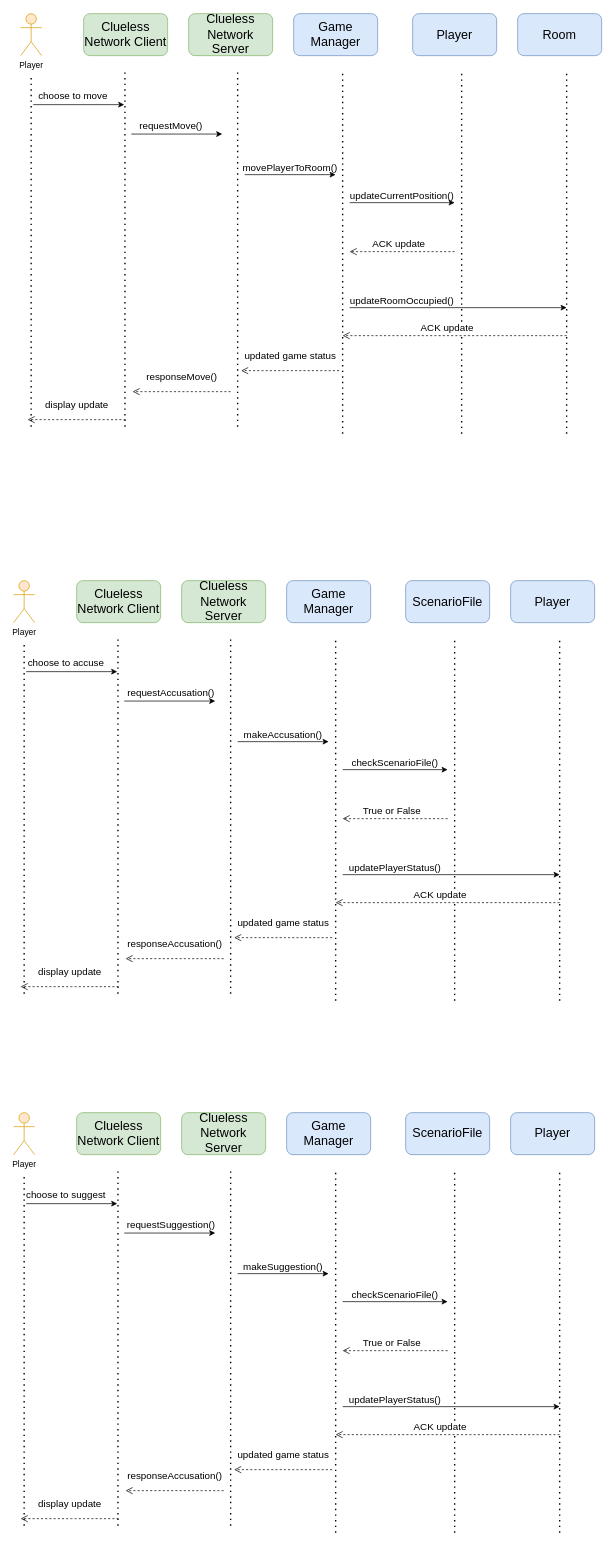
Acelhaka/Clueless-game keeps this draw.io diagram as squence-Diagram.drawio. Above is the earlier version. Source tidied: cells renumbered, new cells numbered last; positions are measured from the earlier drawing's top-left corner, leaving out a move shared by most shapes. Both pictures are drawn from the tidied source at 70%, with x=0, y=0 at pixel (13, 13).
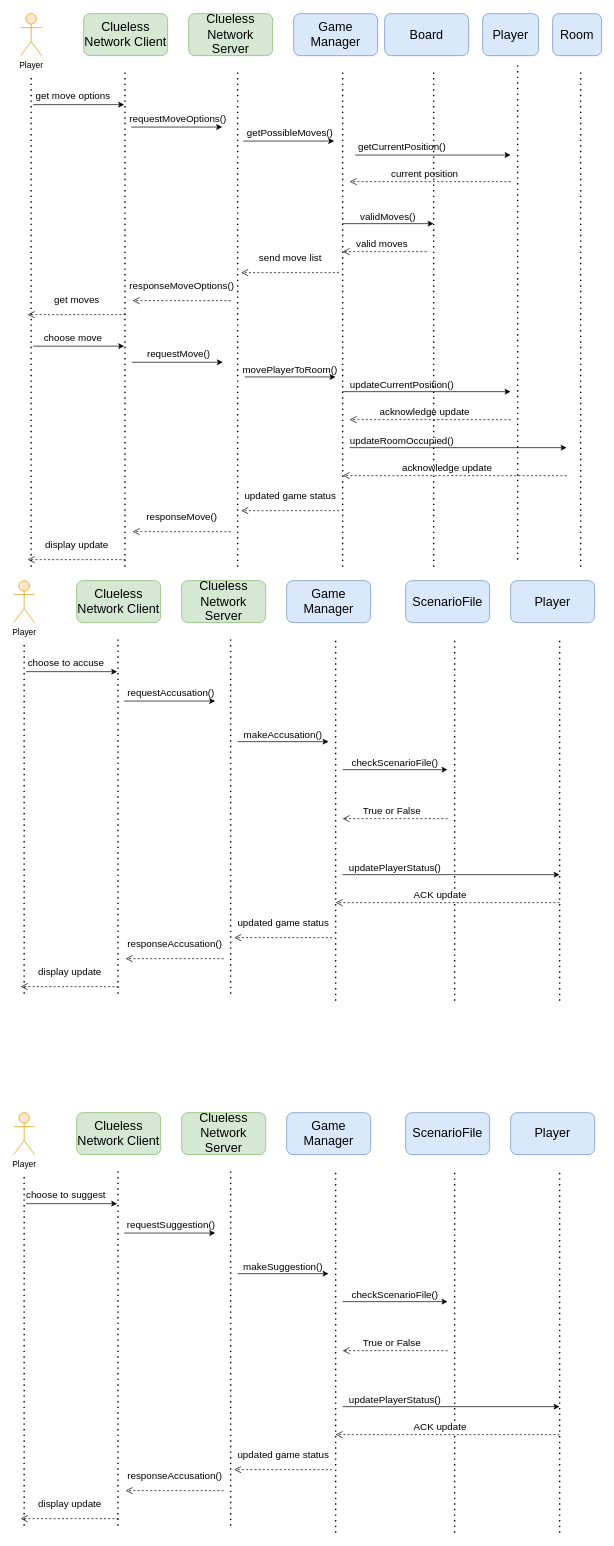
Above is the later version.

What changed in the source:
```diff
@@
     <mxCell id="3" style="endArrow=none;dashed=1;html=1;dashPattern=1 3;strokeWidth=2;" parent="1" edge="1">
       <mxGeometry relative="1" as="geometry">
-        <mxPoint x="25" y="590" as="sourcePoint" />
+        <mxPoint x="25" y="790" as="sourcePoint" />
         <mxPoint x="25" y="90" as="targetPoint" />
       </mxGeometry>
     </mxCell>
@@
     <mxCell id="5" style="endArrow=none;dashed=1;html=1;dashPattern=1 3;strokeWidth=2;" parent="1" edge="1">
       <mxGeometry relative="1" as="geometry">
-        <mxPoint x="159" y="590" as="sourcePoint" />
+        <mxPoint x="159" y="790" as="sourcePoint" />
         <mxPoint x="159" y="80" as="targetPoint" />
       </mxGeometry>
     </mxCell>
@@
     <mxCell id="8" value="&lt;font style=&quot;font-size: 18px&quot;&gt;Player&lt;br&gt;&lt;/font&gt;" style="rounded=1;whiteSpace=wrap;html=1;fillColor=#dae8fc;strokeColor=#6c8ebf;" parent="1" vertex="1">
-      <mxGeometry x="570" width="120" height="60" as="geometry" />
+      <mxGeometry x="670" width="80" height="60" as="geometry" />
     </mxCell>
     <mxCell id="9" value="&lt;font style=&quot;font-size: 18px&quot;&gt;Room&lt;br&gt;&lt;/font&gt;" style="rounded=1;whiteSpace=wrap;html=1;fillColor=#dae8fc;strokeColor=#6c8ebf;" parent="1" vertex="1">
-      <mxGeometry x="720" width="120" height="60" as="geometry" />
+      <mxGeometry x="770" width="70" height="60" as="geometry" />
     </mxCell>
@@
-    <mxCell id="11" value="&lt;font style=&quot;font-size: 14px&quot;&gt;choose to move&lt;/font&gt;" style="text;html=1;strokeColor=none;fillColor=none;align=center;verticalAlign=middle;whiteSpace=wrap;rounded=0;" parent="1" vertex="1">
+    <mxCell id="11" value="&lt;font style=&quot;font-size: 14px&quot;&gt;get move options&lt;/font&gt;" style="text;html=1;strokeColor=none;fillColor=none;align=center;verticalAlign=middle;whiteSpace=wrap;rounded=0;" parent="1" vertex="1">
       <mxGeometry x="20" y="108" width="130" height="20" as="geometry" />
     </mxCell>
     <mxCell id="12" style="endArrow=none;dashed=1;html=1;dashPattern=1 3;strokeWidth=2;" parent="1" edge="1">
       <mxGeometry relative="1" as="geometry">
-        <mxPoint x="320" y="590" as="sourcePoint" />
+        <mxPoint x="320" y="790" as="sourcePoint" />
         <mxPoint x="320" y="80" as="targetPoint" />
       </mxGeometry>
     </mxCell>
     <mxCell id="13" style="endArrow=none;dashed=1;html=1;dashPattern=1 3;strokeWidth=2;" parent="1" edge="1">
       <mxGeometry relative="1" as="geometry">
-        <mxPoint x="470" y="600" as="sourcePoint" />
+        <mxPoint x="470" y="790" as="sourcePoint" />
         <mxPoint x="470" y="80" as="targetPoint" />
       </mxGeometry>
     </mxCell>
     <mxCell id="14" style="endArrow=none;dashed=1;html=1;dashPattern=1 3;strokeWidth=2;" parent="1" edge="1">
       <mxGeometry relative="1" as="geometry">
-        <mxPoint x="640" y="600" as="sourcePoint" />
-        <mxPoint x="640" y="80" as="targetPoint" />
+        <mxPoint x="720" y="780" as="sourcePoint" />
+        <mxPoint x="720" y="70" as="targetPoint" />
       </mxGeometry>
     </mxCell>
     <mxCell id="15" style="endArrow=none;dashed=1;html=1;dashPattern=1 3;strokeWidth=2;" parent="1" edge="1">
       <mxGeometry relative="1" as="geometry">
-        <mxPoint x="790" y="600" as="sourcePoint" />
-        <mxPoint x="790" y="80" as="targetPoint" />
+        <mxPoint x="810" y="790" as="sourcePoint" />
+        <mxPoint x="810" y="80" as="targetPoint" />
       </mxGeometry>
     </mxCell>
     <mxCell id="16" style="endArrow=classic;html=1;" parent="1" edge="1">
       <mxGeometry relative="1" as="geometry">
-        <mxPoint x="168" y="172" as="sourcePoint" />
-        <mxPoint x="298" y="172" as="targetPoint" />
+        <mxPoint x="168" y="162" as="sourcePoint" />
+        <mxPoint x="298" y="162" as="targetPoint" />
       </mxGeometry>
     </mxCell>
-    <mxCell id="17" value="&lt;font style=&quot;font-size: 14px&quot;&gt;requestMove()&lt;/font&gt;" style="text;html=1;strokeColor=none;fillColor=none;align=center;verticalAlign=middle;whiteSpace=wrap;rounded=0;" parent="1" vertex="1">
-      <mxGeometry x="160" y="150" width="130" height="20" as="geometry" />
+    <mxCell id="17" value="&lt;font style=&quot;font-size: 14px&quot;&gt;requestMoveOptions()&lt;/font&gt;" style="text;html=1;strokeColor=none;fillColor=none;align=center;verticalAlign=middle;whiteSpace=wrap;rounded=0;" parent="1" vertex="1">
+      <mxGeometry x="170" y="140" width="130" height="20" as="geometry" />
     </mxCell>
     <mxCell id="18" value="&lt;font style=&quot;font-size: 14px&quot;&gt;movePlayerToRoom()&lt;/font&gt;" style="text;html=1;strokeColor=none;fillColor=none;align=center;verticalAlign=middle;whiteSpace=wrap;rounded=0;" parent="1" vertex="1">
-      <mxGeometry x="330" y="210" width="130" height="20" as="geometry" />
+      <mxGeometry x="330" y="499" width="130" height="20" as="geometry" />
     </mxCell>
     <mxCell id="19" style="endArrow=classic;html=1;" parent="1" edge="1">
       <mxGeometry relative="1" as="geometry">
-        <mxPoint x="330" y="230" as="sourcePoint" />
-        <mxPoint x="460" y="230" as="targetPoint" />
+        <mxPoint x="330" y="519" as="sourcePoint" />
+        <mxPoint x="460" y="519" as="targetPoint" />
       </mxGeometry>
     </mxCell>
     <mxCell id="20" value="&lt;font style=&quot;font-size: 14px&quot;&gt;updateCurrentPosition()&lt;/font&gt;" style="text;html=1;strokeColor=none;fillColor=none;align=center;verticalAlign=middle;whiteSpace=wrap;rounded=0;" parent="1" vertex="1">
-      <mxGeometry x="490" y="250" width="130" height="20" as="geometry" />
+      <mxGeometry x="490" y="520" width="130" height="20" as="geometry" />
     </mxCell>
     <mxCell id="21" style="endArrow=classic;html=1;" parent="1" edge="1">
       <mxGeometry relative="1" as="geometry">
-        <mxPoint x="480" y="270" as="sourcePoint" />
-        <mxPoint x="630" y="270" as="targetPoint" />
+        <mxPoint x="470" y="540" as="sourcePoint" />
+        <mxPoint x="710" y="540" as="targetPoint" />
       </mxGeometry>
     </mxCell>
-    <mxCell id="22" value="&lt;font style=&quot;font-size: 14px&quot;&gt;ACK update&lt;/font&gt;" style="html=1;verticalAlign=bottom;endArrow=open;dashed=1;endSize=8;" parent="1" edge="1">
+    <mxCell id="22" value="&lt;font style=&quot;font-size: 14px&quot;&gt;acknowledge&amp;nbsp;update&lt;/font&gt;" style="html=1;verticalAlign=bottom;endArrow=open;dashed=1;endSize=8;" parent="1" edge="1">
       <mxGeometry x="0.07" relative="1" as="geometry">
-        <mxPoint x="630" y="340" as="sourcePoint" />
-        <mxPoint x="480" y="340" as="targetPoint" />
+        <mxPoint x="710" y="580" as="sourcePoint" />
+        <mxPoint x="480" y="580" as="targetPoint" />
       </mxGeometry>
     </mxCell>
     <mxCell id="23" value="&lt;font style=&quot;font-size: 14px&quot;&gt;updateRoomOccupied()&lt;/font&gt;" style="text;html=1;strokeColor=none;fillColor=none;align=center;verticalAlign=middle;whiteSpace=wrap;rounded=0;" parent="1" vertex="1">
-      <mxGeometry x="490" y="400" width="130" height="20" as="geometry" />
+      <mxGeometry x="490" y="600" width="130" height="20" as="geometry" />
     </mxCell>
     <mxCell id="24" style="endArrow=classic;html=1;" parent="1" edge="1">
       <mxGeometry relative="1" as="geometry">
-        <mxPoint x="480" y="420" as="sourcePoint" />
-        <mxPoint x="790" y="420" as="targetPoint" />
+        <mxPoint x="480" y="620" as="sourcePoint" />
+        <mxPoint x="790" y="620" as="targetPoint" />
       </mxGeometry>
     </mxCell>
-    <mxCell id="25" value="&lt;font style=&quot;font-size: 14px&quot;&gt;ACK update&lt;/font&gt;" style="html=1;verticalAlign=bottom;endArrow=open;dashed=1;endSize=8;" parent="1" edge="1">
+    <mxCell id="25" value="&lt;font style=&quot;font-size: 14px&quot;&gt;acknowledge update&lt;/font&gt;" style="html=1;verticalAlign=bottom;endArrow=open;dashed=1;endSize=8;" parent="1" edge="1">
       <mxGeometry x="0.07" relative="1" as="geometry">
-        <mxPoint x="790" y="460" as="sourcePoint" />
-        <mxPoint x="470" y="460" as="targetPoint" />
+        <mxPoint x="790" y="660" as="sourcePoint" />
+        <mxPoint x="470" y="660" as="targetPoint" />
       </mxGeometry>
     </mxCell>
     <mxCell id="26" value="&lt;font style=&quot;font-size: 14px&quot;&gt;updated game status&lt;/font&gt;" style="html=1;verticalAlign=bottom;endArrow=open;dashed=1;endSize=8;" parent="1" edge="1">
       <mxGeometry y="-10" relative="1" as="geometry">
-        <mxPoint x="465" y="510" as="sourcePoint" />
-        <mxPoint x="325" y="510" as="targetPoint" />
+        <mxPoint x="465" y="710" as="sourcePoint" />
+        <mxPoint x="325" y="710" as="targetPoint" />
       </mxGeometry>
     </mxCell>
     <mxCell id="27" value="&lt;font style=&quot;font-size: 14px&quot;&gt;responseMove()&lt;/font&gt;" style="html=1;verticalAlign=bottom;endArrow=open;dashed=1;endSize=8;" parent="1" edge="1">
       <mxGeometry y="-10" relative="1" as="geometry">
-        <mxPoint x="310" y="540" as="sourcePoint" />
-        <mxPoint x="170" y="540" as="targetPoint" />
+        <mxPoint x="310" y="740" as="sourcePoint" />
+        <mxPoint x="170" y="740" as="targetPoint" />
         <Array as="points">
-          <mxPoint x="250" y="540" />
+          <mxPoint x="250" y="740" />
         </Array>
       </mxGeometry>
     </mxCell>
     <mxCell id="28" value="&lt;font style=&quot;font-size: 14px&quot;&gt;display update&lt;/font&gt;" style="html=1;verticalAlign=bottom;endArrow=open;dashed=1;endSize=8;" parent="1" edge="1">
       <mxGeometry y="-10" relative="1" as="geometry">
-        <mxPoint x="160" y="580" as="sourcePoint" />
-        <mxPoint x="20" y="580" as="targetPoint" />
+        <mxPoint x="160" y="780" as="sourcePoint" />
+        <mxPoint x="20" y="780" as="targetPoint" />
         <Array as="points">
-          <mxPoint x="100" y="580" />
+          <mxPoint x="100" y="780" />
         </Array>
       </mxGeometry>
     </mxCell>
@@
+    <mxCell id="83" style="endArrow=classic;html=1;" parent="1" edge="1">
+      <mxGeometry relative="1" as="geometry">
+        <mxPoint x="169" y="498" as="sourcePoint" />
+        <mxPoint x="299" y="498" as="targetPoint" />
+      </mxGeometry>
+    </mxCell>
+    <mxCell id="84" value="&lt;font style=&quot;font-size: 14px&quot;&gt;requestMove()&lt;/font&gt;" style="text;html=1;strokeColor=none;fillColor=none;align=center;verticalAlign=middle;whiteSpace=wrap;rounded=0;" parent="1" vertex="1">
+      <mxGeometry x="171" y="476" width="130" height="20" as="geometry" />
+    </mxCell>
+    <mxCell id="85" style="endArrow=classic;html=1;" parent="1" edge="1">
+      <mxGeometry relative="1" as="geometry">
+        <mxPoint x="28" y="475" as="sourcePoint" />
+        <mxPoint x="158" y="475" as="targetPoint" />
+      </mxGeometry>
+    </mxCell>
+    <mxCell id="86" value="&lt;font style=&quot;font-size: 14px&quot;&gt;choose move&lt;/font&gt;" style="text;html=1;strokeColor=none;fillColor=none;align=center;verticalAlign=middle;whiteSpace=wrap;rounded=0;" parent="1" vertex="1">
+      <mxGeometry x="20" y="453" width="130" height="20" as="geometry" />
+    </mxCell>
+    <mxCell id="87" style="endArrow=classic;html=1;" parent="1" edge="1">
+      <mxGeometry relative="1" as="geometry">
+        <mxPoint x="328" y="182" as="sourcePoint" />
+        <mxPoint x="458" y="182" as="targetPoint" />
+      </mxGeometry>
+    </mxCell>
+    <mxCell id="88" value="&lt;font style=&quot;font-size: 14px&quot;&gt;getPossibleMoves()&lt;/font&gt;" style="text;html=1;strokeColor=none;fillColor=none;align=center;verticalAlign=middle;whiteSpace=wrap;rounded=0;" parent="1" vertex="1">
+      <mxGeometry x="330" y="160" width="130" height="20" as="geometry" />
+    </mxCell>
+    <mxCell id="89" style="endArrow=classic;html=1;" parent="1" edge="1">
+      <mxGeometry relative="1" as="geometry">
+        <mxPoint x="488" y="202" as="sourcePoint" />
+        <mxPoint x="710" y="202" as="targetPoint" />
+      </mxGeometry>
+    </mxCell>
+    <mxCell id="90" value="&lt;font style=&quot;font-size: 14px&quot;&gt;getCurrentPosition()&lt;/font&gt;" style="text;html=1;strokeColor=none;fillColor=none;align=center;verticalAlign=middle;whiteSpace=wrap;rounded=0;" parent="1" vertex="1">
+      <mxGeometry x="490" y="180" width="130" height="20" as="geometry" />
+    </mxCell>
+    <mxCell id="91" value="&lt;font style=&quot;font-size: 14px&quot;&gt;current position&lt;/font&gt;" style="html=1;verticalAlign=bottom;endArrow=open;dashed=1;endSize=8;" parent="1" edge="1">
+      <mxGeometry x="0.07" relative="1" as="geometry">
+        <mxPoint x="710" y="240" as="sourcePoint" />
+        <mxPoint x="480" y="240" as="targetPoint" />
+      </mxGeometry>
+    </mxCell>
+    <mxCell id="92" style="endArrow=none;dashed=1;html=1;dashPattern=1 3;strokeWidth=2;" parent="1" edge="1">
+      <mxGeometry relative="1" as="geometry">
+        <mxPoint x="600" y="790" as="sourcePoint" />
+        <mxPoint x="600" y="80" as="targetPoint" />
+      </mxGeometry>
+    </mxCell>
+    <mxCell id="93" value="&lt;font style=&quot;font-size: 18px&quot;&gt;Board&lt;br&gt;&lt;/font&gt;" style="rounded=1;whiteSpace=wrap;html=1;fillColor=#dae8fc;strokeColor=#6c8ebf;" parent="1" vertex="1">
+      <mxGeometry x="530" width="120" height="60" as="geometry" />
+    </mxCell>
+    <mxCell id="94" style="endArrow=classic;html=1;" parent="1" edge="1">
+      <mxGeometry relative="1" as="geometry">
+        <mxPoint x="470" y="300" as="sourcePoint" />
+        <mxPoint x="600" y="300" as="targetPoint" />
+      </mxGeometry>
+    </mxCell>
+    <mxCell id="95" value="&lt;font style=&quot;font-size: 14px&quot;&gt;validMoves()&lt;/font&gt;" style="text;html=1;strokeColor=none;fillColor=none;align=center;verticalAlign=middle;whiteSpace=wrap;rounded=0;" parent="1" vertex="1">
+      <mxGeometry x="470" y="280" width="130" height="20" as="geometry" />
+    </mxCell>
+    <mxCell id="96" value="&lt;font style=&quot;font-size: 14px&quot;&gt;valid moves&lt;/font&gt;" style="html=1;verticalAlign=bottom;endArrow=open;dashed=1;endSize=8;" parent="1" edge="1">
+      <mxGeometry x="0.07" relative="1" as="geometry">
+        <mxPoint x="590" y="340" as="sourcePoint" />
+        <mxPoint x="470" y="340" as="targetPoint" />
+      </mxGeometry>
+    </mxCell>
+    <mxCell id="97" value="&lt;font style=&quot;font-size: 14px&quot;&gt;send move list&lt;/font&gt;" style="html=1;verticalAlign=bottom;endArrow=open;dashed=1;endSize=8;" parent="1" edge="1">
+      <mxGeometry y="-10" relative="1" as="geometry">
+        <mxPoint x="465" y="370" as="sourcePoint" />
+        <mxPoint x="325" y="370" as="targetPoint" />
+      </mxGeometry>
+    </mxCell>
+    <mxCell id="98" value="&lt;font style=&quot;font-size: 14px&quot;&gt;responseMoveOptions()&lt;/font&gt;" style="html=1;verticalAlign=bottom;endArrow=open;dashed=1;endSize=8;" parent="1" edge="1">
+      <mxGeometry y="-10" relative="1" as="geometry">
+        <mxPoint x="310" y="410" as="sourcePoint" />
+        <mxPoint x="170" y="410" as="targetPoint" />
+        <Array as="points">
+          <mxPoint x="250" y="410" />
+        </Array>
+      </mxGeometry>
+    </mxCell>
+    <mxCell id="99" value="&lt;font style=&quot;font-size: 14px&quot;&gt;get moves&lt;/font&gt;" style="html=1;verticalAlign=bottom;endArrow=open;dashed=1;endSize=8;" parent="1" edge="1">
+      <mxGeometry y="-10" relative="1" as="geometry">
+        <mxPoint x="160" y="430" as="sourcePoint" />
+        <mxPoint x="20" y="430" as="targetPoint" />
+        <Array as="points">
+          <mxPoint x="100" y="430" />
+        </Array>
+      </mxGeometry>
+    </mxCell>
```
